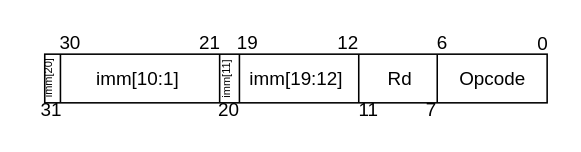
Earlier version of the draw.io diagram LAB3/homebook/images/sources/Jtype.drawio (campandrea/Lab_ISA). Source tidied: cells renumbered, new cells numbered last; positions are measured from the earlier drawing's top-left corner, leaving out a move shared by most shapes. Both pictures are drawn from the tidied source at 157%, with x=0, y=0 at pixel (14, 27).
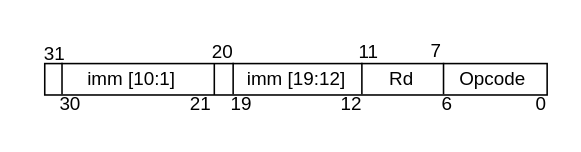
Above is the later version.

Change to the diagram source:
```diff
@@
-    <mxCell id="2" style="rounded=0;whiteSpace=wrap;html=1;" parent="1" vertex="1">
-      <mxGeometry x="19" y="17" width="320" height="31" as="geometry" />
-    </mxCell>
-    <mxCell id="3" value="imm[10:1]" style="text;html=1;align=center;verticalAlign=middle;" parent="1" vertex="1">
-      <mxGeometry x="43" y="22.5" width="70" height="20" as="geometry" />
-    </mxCell>
-    <mxCell id="4" value="&lt;font style=&quot;font-size: 12px&quot;&gt;imm[19:12]&lt;/font&gt;" style="text;html=1;align=center;verticalAlign=middle;" parent="1" vertex="1">
-      <mxGeometry x="144" y="22.5" width="70" height="20" as="geometry" />
-    </mxCell>
+    <mxCell id="24" style="rounded=0;whiteSpace=wrap;html=1;" parent="1" vertex="1">
+      <mxGeometry x="19" y="23" width="320" height="20" as="geometry" />
+    </mxCell>
+    <mxCell id="25" value="imm [19:12]" style="text;html=1;align=center;verticalAlign=middle;" parent="1" vertex="1">
+      <mxGeometry x="142.5" y="23.5" width="73" height="19" as="geometry" />
+    </mxCell>
     <mxCell id="5" value="Opcode" style="text;html=1;align=center;verticalAlign=middle;" parent="1" vertex="1">
-      <mxGeometry x="274" y="22.5" width="60" height="20" as="geometry" />
+      <mxGeometry x="274" y="23" width="60" height="20" as="geometry" />
     </mxCell>
     <mxCell id="6" value="31" style="text;html=1;align=center;verticalAlign=middle;" parent="1" vertex="1">
-      <mxGeometry x="8" y="43" width="30" height="20" as="geometry" />
+      <mxGeometry x="10" y="7" width="30" height="20" as="geometry" />
     </mxCell>
-    <mxCell id="7" value="21" style="text;html=1;align=center;verticalAlign=middle;" parent="1" vertex="1">
-      <mxGeometry x="109" width="30" height="20" as="geometry" />
-    </mxCell>
     <mxCell id="8" value="20" style="text;html=1;align=center;verticalAlign=middle;" parent="1" vertex="1">
-      <mxGeometry x="123" y="43" width="25" height="19" as="geometry" />
+      <mxGeometry x="119" y="6" width="25" height="19" as="geometry" />
     </mxCell>
     <mxCell id="9" value="19" style="text;html=1;align=center;verticalAlign=middle;" parent="1" vertex="1">
-      <mxGeometry x="135" y="0.5" width="25" height="19" as="geometry" />
+      <mxGeometry x="131" y="39" width="25" height="19" as="geometry" />
     </mxCell>
-    <mxCell id="10" value="12" style="text;html=1;align=center;verticalAlign=middle;" parent="1" vertex="1">
-      <mxGeometry x="199" y="0.5" width="25" height="19" as="geometry" />
-    </mxCell>
     <mxCell id="11" value="11" style="text;html=1;align=center;verticalAlign=middle;" parent="1" vertex="1">
-      <mxGeometry x="213" y="43.5" width="24" height="19" as="geometry" />
+      <mxGeometry x="213" y="6" width="24" height="19" as="geometry" />
     </mxCell>
     <mxCell id="12" value="7" style="text;html=1;align=center;verticalAlign=middle;" parent="1" vertex="1">
-      <mxGeometry x="256" y="43.5" width="17" height="19" as="geometry" />
+      <mxGeometry x="259" y="5" width="17" height="19" as="geometry" />
     </mxCell>
     <mxCell id="13" value="6" style="text;html=1;align=center;verticalAlign=middle;" parent="1" vertex="1">
-      <mxGeometry x="263" width="17" height="19" as="geometry" />
+      <mxGeometry x="266" y="39" width="17" height="19" as="geometry" />
     </mxCell>
     <mxCell id="14" value="0" style="text;html=1;align=center;verticalAlign=middle;" parent="1" vertex="1">
-      <mxGeometry x="327" y="1" width="17" height="19" as="geometry" />
+      <mxGeometry x="326" y="39" width="17" height="19" as="geometry" />
     </mxCell>
-    <mxCell id="15" style="endArrow=none;html=1;exitX=0.375;exitY=0.987;exitDx=0;exitDy=0;exitPerimeter=0;" parent="1" edge="1">
-      <mxGeometry relative="1" as="geometry">
-        <mxPoint x="219" y="48" as="sourcePoint" />
-        <mxPoint x="219" y="17.4" as="targetPoint" />
-      </mxGeometry>
-    </mxCell>
-    <mxCell id="16" style="endArrow=none;html=1;exitX=0.375;exitY=0.987;exitDx=0;exitDy=0;exitPerimeter=0;" parent="1" edge="1">
-      <mxGeometry relative="1" as="geometry">
-        <mxPoint x="269" y="48" as="sourcePoint" />
-        <mxPoint x="269" y="17.4" as="targetPoint" />
-        <Array as="points">
-          <mxPoint x="269" y="33" />
-        </Array>
-      </mxGeometry>
-    </mxCell>
-    <mxCell id="17" style="endArrow=none;html=1;exitX=0.375;exitY=0.987;exitDx=0;exitDy=0;exitPerimeter=0;" parent="1" edge="1">
-      <mxGeometry relative="1" as="geometry">
-        <mxPoint x="29" y="47.6" as="sourcePoint" />
-        <mxPoint x="29" y="17" as="targetPoint" />
-      </mxGeometry>
-    </mxCell>
-    <mxCell id="18" value="&lt;font style=&quot;font-size: 7px&quot;&gt;imm[20]&lt;/font&gt;" style="text;html=1;align=center;verticalAlign=middle;rotation=-90;" parent="1" vertex="1">
-      <mxGeometry y="23" width="40" height="20" as="geometry" />
-    </mxCell>
+    <mxCell id="26" style="endArrow=none;html=1;" parent="1" edge="1">
+      <mxGeometry relative="1" as="geometry">
+        <mxPoint x="273" y="42.5" as="sourcePoint" />
+        <mxPoint x="273" y="22.5" as="targetPoint" />
+        <Array as="points">
+          <mxPoint x="273" y="30.5" />
+        </Array>
+      </mxGeometry>
+    </mxCell>
+    <mxCell id="27" style="endArrow=none;html=1;" parent="1" edge="1">
+      <mxGeometry relative="1" as="geometry">
+        <mxPoint x="221" y="42.5" as="sourcePoint" />
+        <mxPoint x="221" y="22.5" as="targetPoint" />
+        <Array as="points">
+          <mxPoint x="221" y="30.5" />
+        </Array>
+      </mxGeometry>
+    </mxCell>
+    <mxCell id="28" style="endArrow=none;html=1;" parent="1" edge="1">
+      <mxGeometry relative="1" as="geometry">
+        <mxPoint x="139" y="42.5" as="sourcePoint" />
+        <mxPoint x="139" y="22.5" as="targetPoint" />
+        <Array as="points">
+          <mxPoint x="139" y="30.5" />
+        </Array>
+      </mxGeometry>
+    </mxCell>
+    <mxCell id="29" style="endArrow=none;html=1;" parent="1" edge="1">
+      <mxGeometry relative="1" as="geometry">
+        <mxPoint x="30" y="42.5" as="sourcePoint" />
+        <mxPoint x="30" y="22.5" as="targetPoint" />
+        <Array as="points">
+          <mxPoint x="30" y="30.5" />
+        </Array>
+      </mxGeometry>
+    </mxCell>
     <mxCell id="19" value="30" style="text;html=1;align=center;verticalAlign=middle;" parent="1" vertex="1">
-      <mxGeometry x="22" y="0.5" width="25" height="19" as="geometry" />
+      <mxGeometry x="22" y="39" width="25" height="19" as="geometry" />
     </mxCell>
-    <mxCell id="20" style="endArrow=none;html=1;exitX=0.375;exitY=0.987;exitDx=0;exitDy=0;exitPerimeter=0;" parent="1" edge="1">
-      <mxGeometry relative="1" as="geometry">
-        <mxPoint x="130.4" y="47.6" as="sourcePoint" />
-        <mxPoint x="130.4" y="17" as="targetPoint" />
-      </mxGeometry>
-    </mxCell>
-    <mxCell id="21" style="endArrow=none;html=1;exitX=0.375;exitY=0.987;exitDx=0;exitDy=0;exitPerimeter=0;" parent="1" edge="1">
-      <mxGeometry relative="1" as="geometry">
-        <mxPoint x="143" y="47.6" as="sourcePoint" />
-        <mxPoint x="143" y="17" as="targetPoint" />
-      </mxGeometry>
-    </mxCell>
-    <mxCell id="22" value="&lt;font style=&quot;font-size: 7px&quot;&gt;imm[11]&lt;/font&gt;" style="text;html=1;align=center;verticalAlign=middle;rotation=-90;" parent="1" vertex="1">
-      <mxGeometry x="113" y="23.5" width="40" height="20" as="geometry" />
-    </mxCell>
+    <mxCell id="30" value="imm [10:1]" style="text;html=1;align=center;verticalAlign=middle;" parent="1" vertex="1">
+      <mxGeometry x="40" y="23.5" width="67" height="19" as="geometry" />
+    </mxCell>
+    <mxCell id="31" style="endArrow=none;html=1;" parent="1" edge="1">
+      <mxGeometry relative="1" as="geometry">
+        <mxPoint x="127" y="43" as="sourcePoint" />
+        <mxPoint x="127" y="23" as="targetPoint" />
+        <Array as="points">
+          <mxPoint x="127" y="31" />
+        </Array>
+      </mxGeometry>
+    </mxCell>
+    <mxCell id="7" value="21" style="text;html=1;align=center;verticalAlign=middle;" parent="1" vertex="1">
+      <mxGeometry x="105" y="39" width="25" height="19" as="geometry" />
+    </mxCell>
+    <mxCell id="10" value="12" style="text;html=1;align=center;verticalAlign=middle;" parent="1" vertex="1">
+      <mxGeometry x="201" y="39" width="25" height="19" as="geometry" />
+    </mxCell>
     <mxCell id="23" value="Rd" style="text;html=1;align=center;verticalAlign=middle;" parent="1" vertex="1">
-      <mxGeometry x="230" y="22.5" width="30" height="20" as="geometry" />
+      <mxGeometry x="233" y="23.5" width="26" height="19" as="geometry" />
     </mxCell>
```
